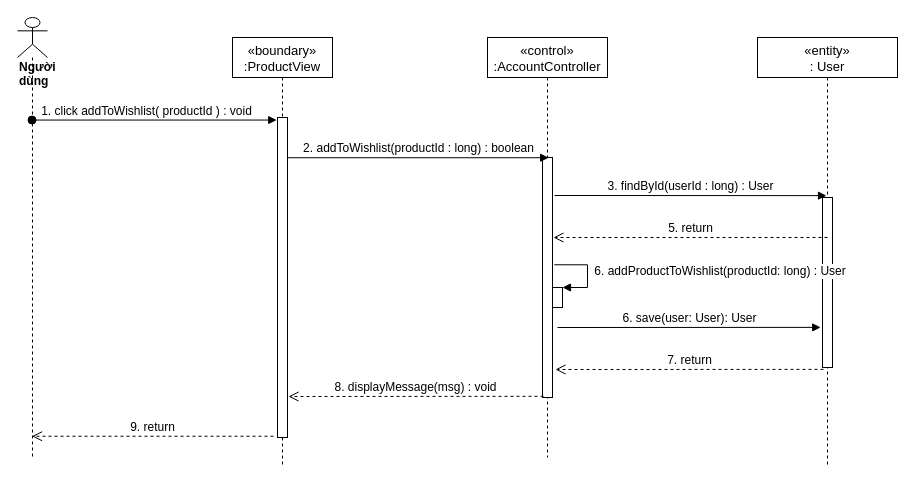
Before: sequence diagram/add-product-to-wishlist-diagram.drawio in nguyenphamvan/datn_20202, a draw.io diagram. Source tidied: cells renumbered, new cells numbered last; positions are measured from the earlier drawing's top-left corner, leaving out a move shared by most shapes. Both pictures are drawn from the tidied source at 100%, with x=0, y=0 at pixel (17, 17).
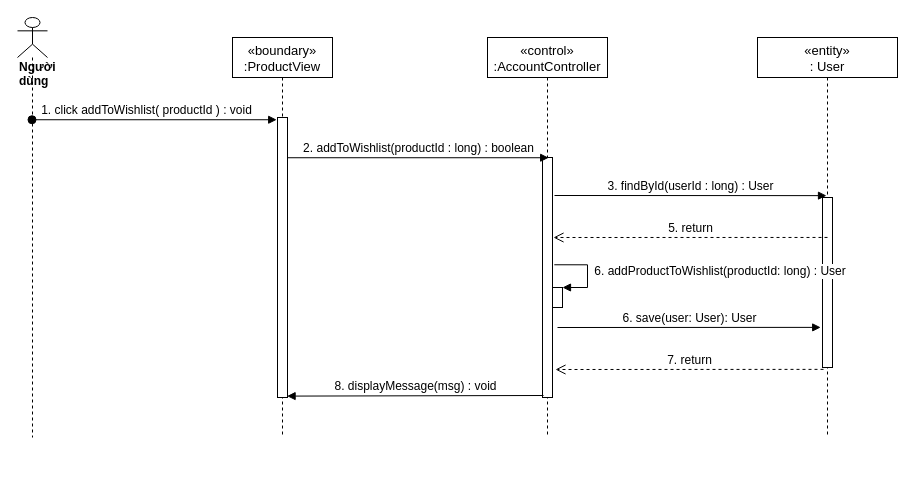
The same diagram, later.

Unchanged cells that the change refers to:
```xml
<mxCell id="5" style="points=[];perimeter=orthogonalPerimeter;rounded=0;shadow=0;strokeWidth=1;" parent="4" vertex="1">
  <mxGeometry x="55" y="120" width="10" height="240" as="geometry" />
</mxCell>
```

Change to the diagram source:
```diff
@@
     <mxCell id="2" value="«boundary»&#10;:ProductView" style="shape=umlLifeline;perimeter=lifelinePerimeter;rounded=0;shadow=0;strokeWidth=1;fontSize=13;" parent="1" vertex="1">
-      <mxGeometry x="215" y="20" width="100" height="430" as="geometry" />
+      <mxGeometry x="215" y="20" width="100" height="400" as="geometry" />
     </mxCell>
     <mxCell id="3" style="points=[];perimeter=orthogonalPerimeter;rounded=0;shadow=0;strokeWidth=1;" parent="2" vertex="1">
-      <mxGeometry x="45" y="80" width="10" height="320" as="geometry" />
+      <mxGeometry x="45" y="80" width="10" height="280" as="geometry" />
     </mxCell>
     <mxCell id="4" value="«control»&#10;:AccountController" style="shape=umlLifeline;perimeter=lifelinePerimeter;rounded=0;shadow=0;strokeWidth=1;fontSize=13;" parent="1" vertex="1">
-      <mxGeometry x="470" y="20" width="120" height="420" as="geometry" />
+      <mxGeometry x="470" y="20" width="120" height="400" as="geometry" />
     </mxCell>
@@
     <mxCell id="6" value="&lt;div&gt;&lt;b&gt;Người dùng&lt;/b&gt;&lt;/div&gt;" style="shape=umlLifeline;participant=umlActor;perimeter=lifelinePerimeter;whiteSpace=wrap;html=1;verticalAlign=top;spacingTop=36;outlineConnect=0;align=left;" parent="1" vertex="1">
-      <mxGeometry width="30" height="440" as="geometry" />
+      <mxGeometry width="30" height="420" as="geometry" />
     </mxCell>
@@
     <mxCell id="9" value="«entity»&#10;: User" style="shape=umlLifeline;perimeter=lifelinePerimeter;rounded=0;shadow=0;strokeWidth=1;fontSize=13;" parent="1" vertex="1">
-      <mxGeometry x="740" y="20" width="140" height="430" as="geometry" />
+      <mxGeometry x="740" y="20" width="140" height="400" as="geometry" />
     </mxCell>
@@
-    <mxCell id="17" value="&lt;font style=&quot;font-size: 12px&quot;&gt;8. displayMessage(msg) : void&lt;/font&gt;" style="html=1;verticalAlign=bottom;endArrow=open;dashed=1;endSize=8;exitX=0.1;exitY=0.995;exitDx=0;exitDy=0;exitPerimeter=0;" parent="1" edge="1" source="5">
+    <mxCell id="17" value="&lt;span style=&quot;font-size: 12px&quot;&gt;8. displayMessage(msg) : void&lt;/span&gt;" style="html=1;verticalAlign=bottom;endArrow=block;entryX=0.96;entryY=0.995;entryDx=0;entryDy=0;entryPerimeter=0;" parent="1" edge="1" target="3">
       <mxGeometry relative="1" as="geometry">
-        <mxPoint x="271" y="379" as="targetPoint" />
+        <mxPoint x="526" y="378" as="sourcePoint" />
       </mxGeometry>
     </mxCell>
-    <mxCell id="18" value="&lt;font style=&quot;font-size: 12px&quot;&gt;9. return&lt;/font&gt;" style="html=1;verticalAlign=bottom;endArrow=open;dashed=1;endSize=8;exitX=-0.4;exitY=0.996;exitDx=0;exitDy=0;exitPerimeter=0;" parent="1" edge="1" source="3" target="6">
-      <mxGeometry relative="1" as="geometry" />
-    </mxCell>
```
